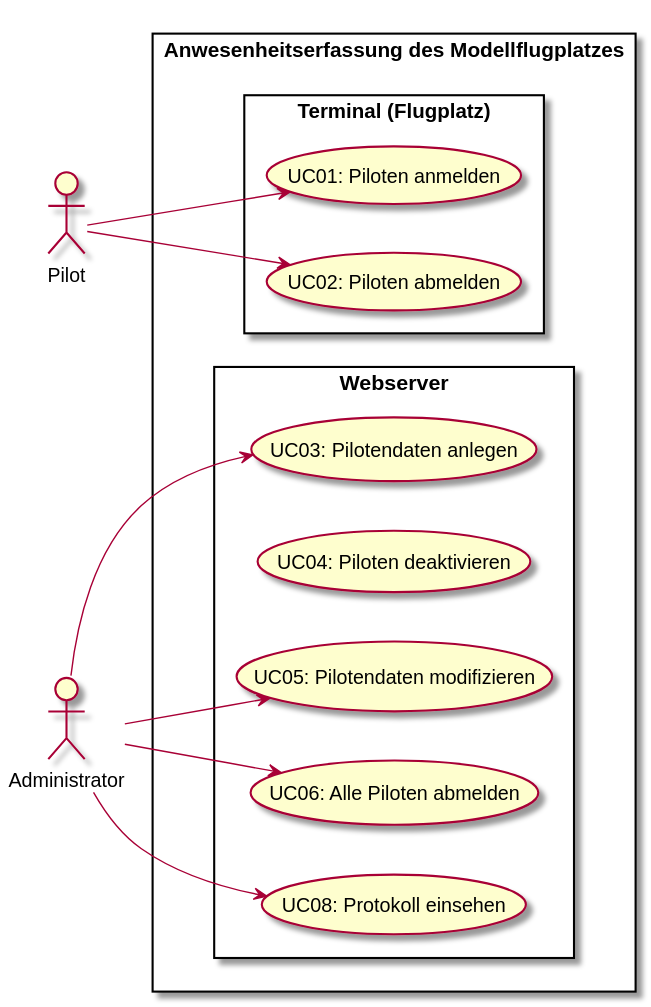
Before: docs/requirements/images/Use-Case-Diagramm/use_case_diagram_architecture_relevant.svg, a diagram exported from PlantUML (Lernni/E2-Anwesenheitserfassung-fuer-Modellflugplatz). Source of this version:
```plantuml
@startuml use_case_diagram_architecture_relevant

left to right direction

actor Pilot

actor Administrator

rectangle "Anwesenheitserfassung des Modellflugplatzes" {

  rectangle "Terminal (Flugplatz)"{

  (UC01: Piloten anmelden)
  (UC02: Piloten abmelden)

  }

  rectangle "Webserver"{

  (UC03: Pilotendaten anlegen)
  (UC04: Piloten deaktivieren)
  (UC05: Pilotendaten modifizieren)
  (UC06: Alle Piloten abmelden)
  (UC08: Protokoll einsehen)

  }
}


Pilot --> (UC01: Piloten anmelden)

Pilot --> (UC02: Piloten abmelden)


Administrator --> (UC03: Pilotendaten anlegen)

Administrator --> (UC05: Pilotendaten modifizieren)

Administrator --> (UC08: Protokoll einsehen)

Administrator --> (UC06: Alle Piloten abmelden)

@enduml
```
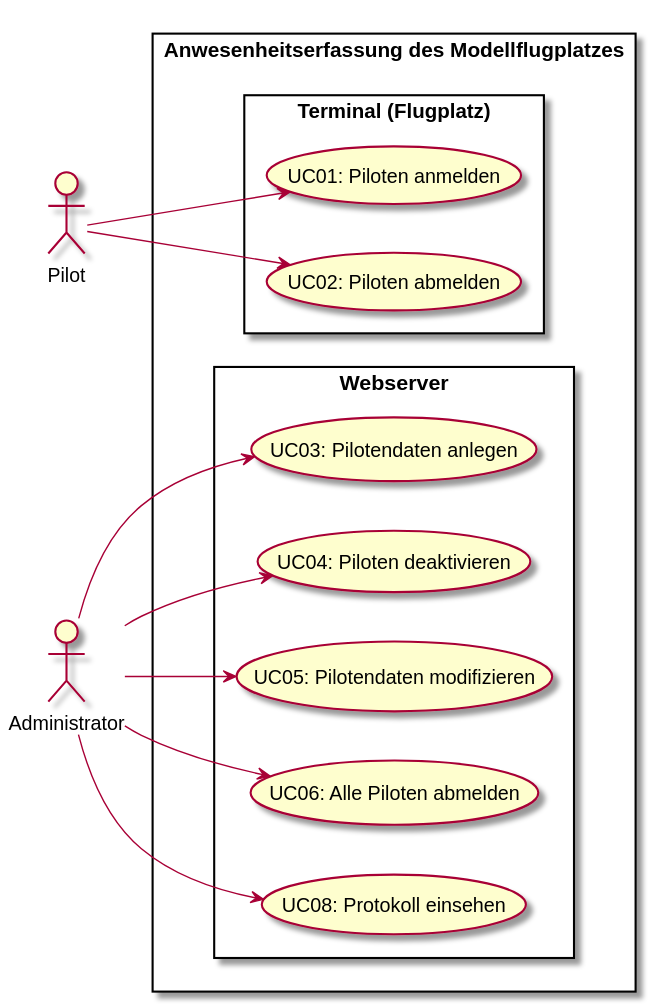
Above is the later version.

What changed in the source:
```diff
@@ -34,6 +34,8 @@
 
 Administrator --> (UC03: Pilotendaten anlegen)
 
+Administrator --> (UC04: Piloten deaktivieren)
+
 Administrator --> (UC05: Pilotendaten modifizieren)
 
 Administrator --> (UC08: Protokoll einsehen)
```
